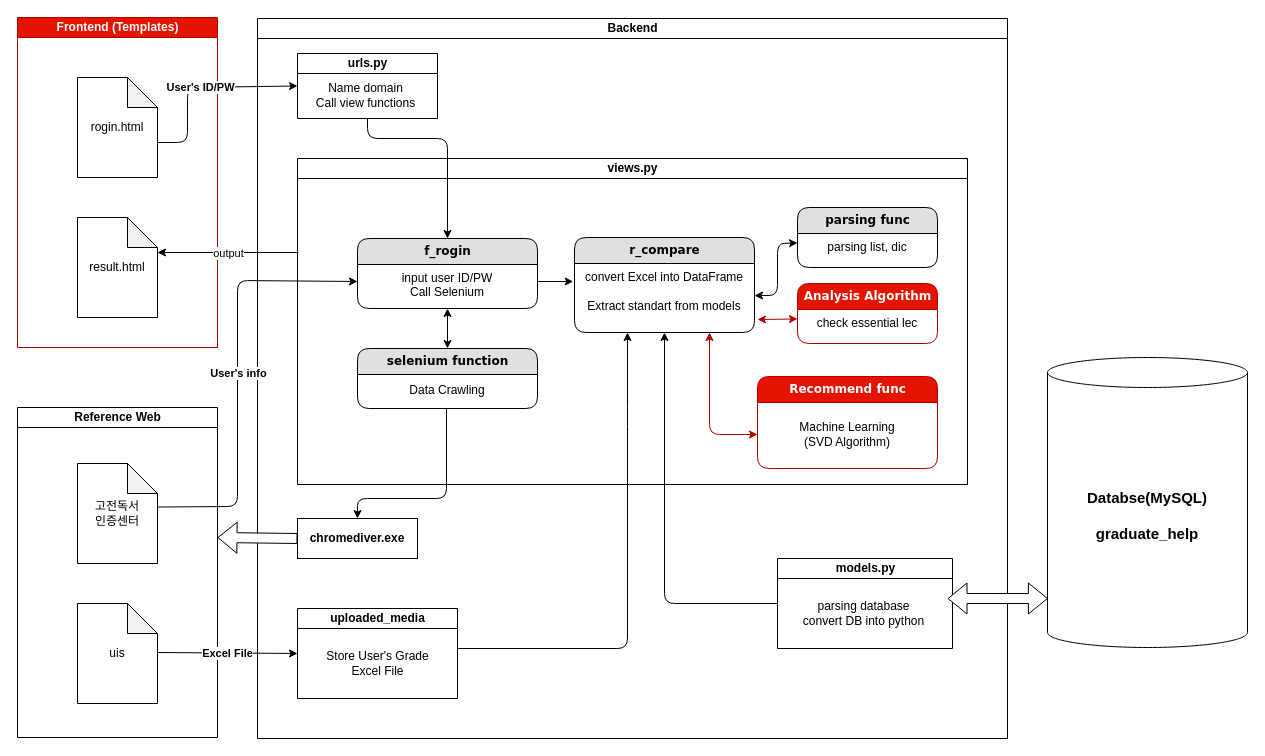
The draw.io diagram Untitled Diagram.drawio in hanjo8813/Command_memo, before the edit. Source tidied: cells renumbered, new cells numbered last; positions are measured from the earlier drawing's top-left corner, leaving out a move shared by most shapes. Both pictures are drawn from the tidied source at 100%, with x=0, y=0 at pixel (17, 17).
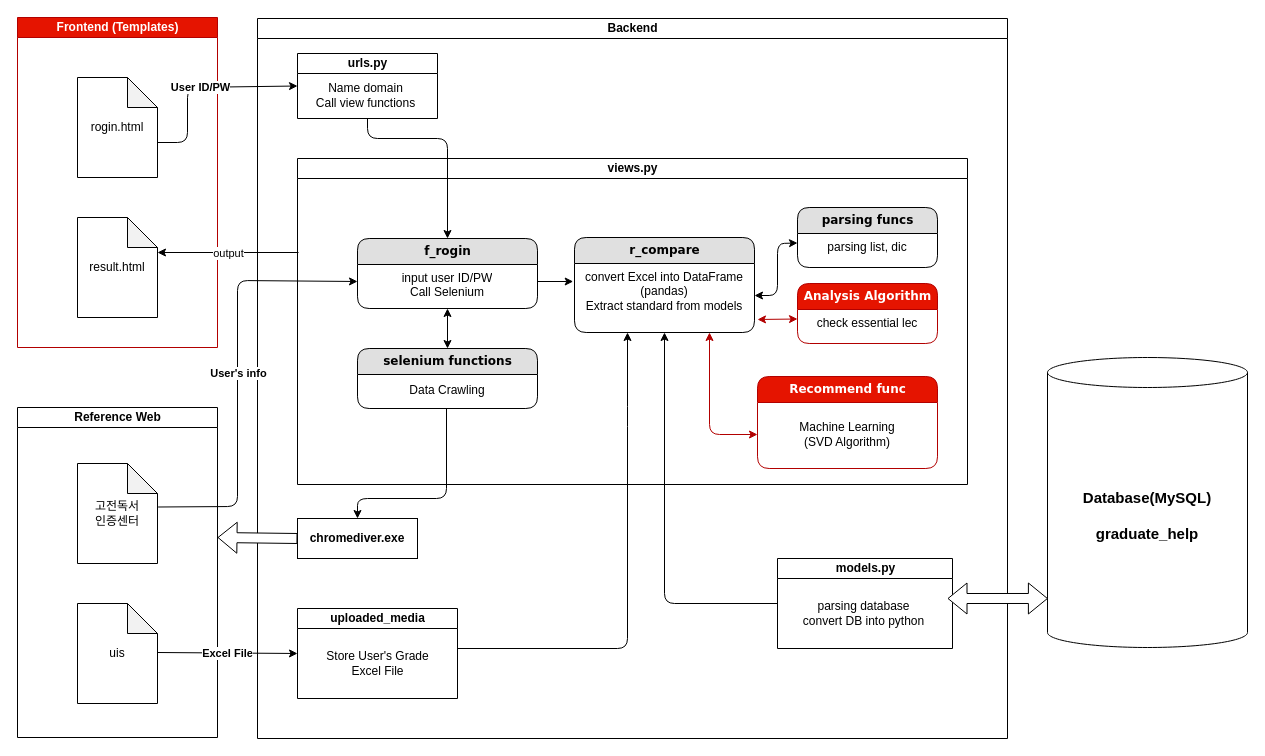
The same page after the edit.

Unchanged cells that the change refers to:
```xml
<mxCell id="10" style="group;" parent="6" vertex="1">
  <mxGeometry x="60" y="190" width="180" height="60" as="geometry" />
</mxCell>
<mxCell id="14" value="&lt;b&gt;r_compare&lt;/b&gt;" style="swimlane;html=1;fontStyle=0;horizontal=1;startSize=26;fillColor=#e0e0e0;swimlaneFillColor=#ffffff;align=center;rounded=1;shadow=0;comic=0;labelBackgroundColor=none;strokeWidth=1;fontFamily=Verdana;fontSize=12;" parent="6" vertex="1">
  <mxGeometry x="277" y="79" width="180" height="95" as="geometry" />
</mxCell>
<mxCell id="16" style="group;" parent="6" vertex="1">
  <mxGeometry x="490" y="49" width="180" height="60" as="geometry" />
</mxCell>
<mxCell id="48" style="endArrow=classic;html=1;shadow=0;fillColor=#ffffff;exitX=0;exitY=0;exitDx=80;exitDy=65;exitPerimeter=0;entryX=0;entryY=0.5;entryDx=0;entryDy=0;" parent="1" edge="1" source="3" target="32">
  <mxGeometry relative="1" as="geometry">
    <Array as="points">
      <mxPoint x="170" y="125" />
      <mxPoint x="170" y="70" />
    </Array>
  </mxGeometry>
</mxCell>
```

Change to the diagram source:
```diff
@@
-    <mxCell id="12" value="&lt;b&gt;selenium function&lt;/b&gt;" style="swimlane;html=1;fontStyle=0;horizontal=1;startSize=26;fillColor=#e0e0e0;swimlaneFillColor=#ffffff;align=center;rounded=1;shadow=0;comic=0;labelBackgroundColor=none;strokeWidth=1;fontFamily=Verdana;fontSize=12;" parent="10" vertex="1">
+    <mxCell id="12" value="&lt;b&gt;selenium functions&lt;/b&gt;" style="swimlane;html=1;fontStyle=0;horizontal=1;startSize=26;fillColor=#e0e0e0;swimlaneFillColor=#ffffff;align=center;rounded=1;shadow=0;comic=0;labelBackgroundColor=none;strokeWidth=1;fontFamily=Verdana;fontSize=12;" parent="10" vertex="1">
       <mxGeometry width="180" height="60" as="geometry" />
     </mxCell>
@@
-    <mxCell id="15" value="convert Excel into DataFrame&lt;br&gt;&lt;br&gt;Extract standart from models" style="text;html=1;strokeColor=none;fillColor=none;spacingLeft=4;spacingRight=4;whiteSpace=wrap;overflow=hidden;points=[[0,0.5],[1,0.5]];portConstraint=eastwest;align=center;" parent="14" vertex="1">
+    <mxCell id="15" value="convert Excel into DataFrame&lt;br&gt;(pandas)&lt;br&gt;Extract standard from models" style="text;html=1;strokeColor=none;fillColor=none;spacingLeft=4;spacingRight=4;whiteSpace=wrap;overflow=hidden;points=[[0,0.5],[1,0.5]];portConstraint=eastwest;align=center;" parent="14" vertex="1">
       <mxGeometry y="26" width="180" height="64" as="geometry" />
     </mxCell>
@@
-    <mxCell id="18" value="&lt;b&gt;parsing func&lt;/b&gt;" style="swimlane;html=1;fontStyle=0;horizontal=1;startSize=26;fillColor=#e0e0e0;swimlaneFillColor=#ffffff;align=center;rounded=1;shadow=0;comic=0;labelBackgroundColor=none;strokeWidth=1;fontFamily=Verdana;fontSize=12;" parent="16" vertex="1">
+    <mxCell id="18" value="&lt;b&gt;parsing funcs&lt;/b&gt;" style="swimlane;html=1;fontStyle=0;horizontal=1;startSize=26;fillColor=#e0e0e0;swimlaneFillColor=#ffffff;align=center;rounded=1;shadow=0;comic=0;labelBackgroundColor=none;strokeWidth=1;fontFamily=Verdana;fontSize=12;" parent="16" vertex="1">
       <mxGeometry x="10" width="140" height="60" as="geometry" />
     </mxCell>
@@
-    <mxCell id="41" value="&lt;b style=&quot;font-size: 15px&quot;&gt;Databse(MySQL)&lt;br&gt;&lt;br&gt;graduate_help&lt;/b&gt;" style="shape=cylinder3;whiteSpace=wrap;html=1;boundedLbl=1;backgroundOutline=1;size=15;" parent="1" vertex="1">
+    <mxCell id="41" value="&lt;b style=&quot;font-size: 15px&quot;&gt;Database(MySQL)&lt;br&gt;&lt;br&gt;graduate_help&lt;/b&gt;" style="shape=cylinder3;whiteSpace=wrap;html=1;boundedLbl=1;backgroundOutline=1;size=15;" parent="1" vertex="1">
       <mxGeometry x="1030" y="340" width="200" height="290" as="geometry" />
     </mxCell>
@@
-    <mxCell id="49" value="User's ID/PW" style="edgeLabel;html=1;align=center;verticalAlign=middle;fontStyle=1;" parent="48" vertex="1">
+    <mxCell id="49" value="User ID/PW" style="edgeLabel;html=1;align=center;verticalAlign=middle;fontStyle=1;" parent="48" vertex="1">
       <mxGeometry relative="1" as="geometry" />
     </mxCell>
```
